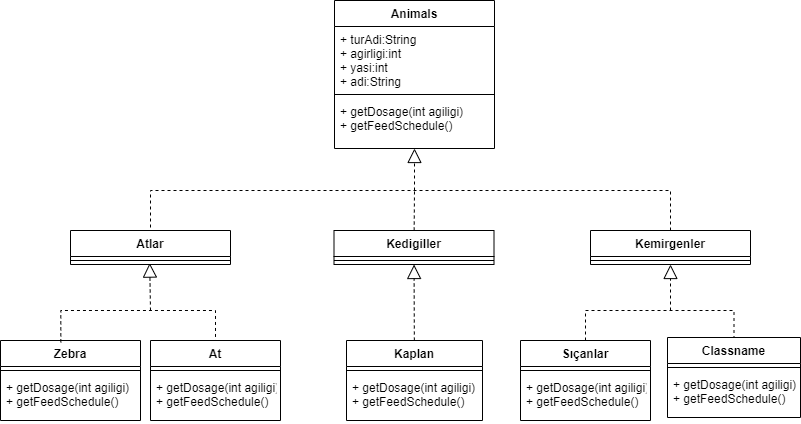
This is HayvanatBahçesi.drawio.png from sinanokan/Patika-Object-Oriented-Programming, a draw.io export, as it was before one commit. Source tidied: cells renumbered, new cells last; positions are measured from the earlier drawing's top-left corner, leaving out a move shared by most shapes.
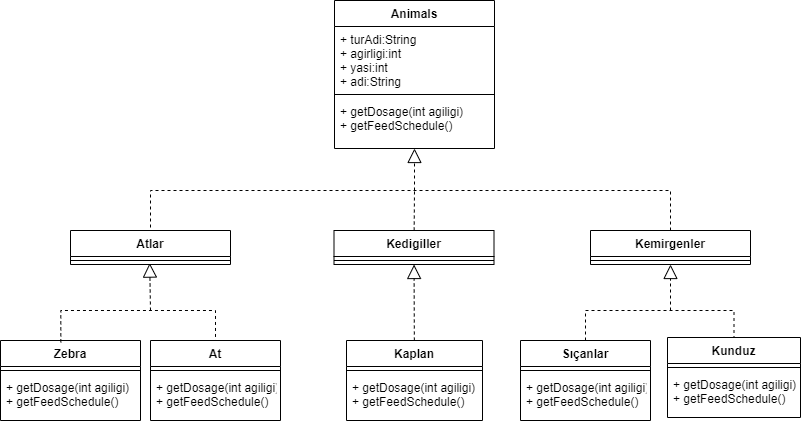
The same file after the commit.

Commit message:
Güncelleme HayvanatBahçesi

Change to the diagram source:
```diff
@@ -102,7 +102,7 @@
     <mxCell id="29" value="+ getDosage(int agiligi)&#10;+ getFeedSchedule()" style="text;strokeColor=none;fillColor=none;align=left;verticalAlign=top;spacingLeft=4;spacingRight=4;overflow=hidden;" parent="27" vertex="1">
       <mxGeometry y="34" width="130" height="46" as="geometry" />
     </mxCell>
-    <mxCell id="30" value="Classname" style="swimlane;fontStyle=1;align=center;verticalAlign=top;horizontal=1;startSize=26;" parent="1" vertex="1">
+    <mxCell id="30" value="Kunduz" style="swimlane;fontStyle=1;align=center;verticalAlign=top;horizontal=1;startSize=26;" parent="1" vertex="1">
       <mxGeometry x="667" y="337" width="133" height="80" as="geometry" />
     </mxCell>
     <mxCell id="31" style="line;strokeWidth=1;fillColor=none;align=left;verticalAlign=middle;spacingTop=-1;spacingLeft=3;spacingRight=3;labelPosition=right;strokeColor=inherit;" parent="30" vertex="1">
```
